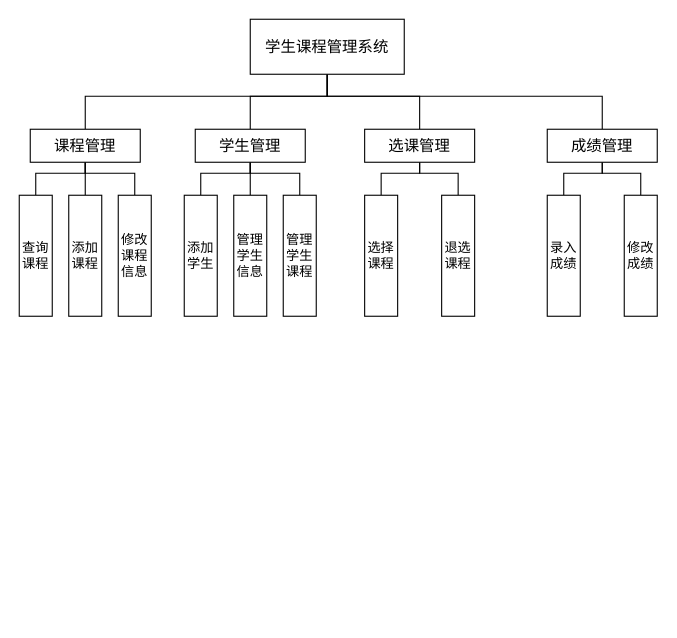
Before: DFD.drawio in Yorick-Ryu/DFD, a draw.io diagram. Source tidied: cells renumbered, new cells numbered last; positions are measured from the earlier drawing's top-left corner, leaving out a move shared by most shapes. Both pictures are drawn from the tidied source at 110%, with x=0, y=0 at pixel (19, 19).
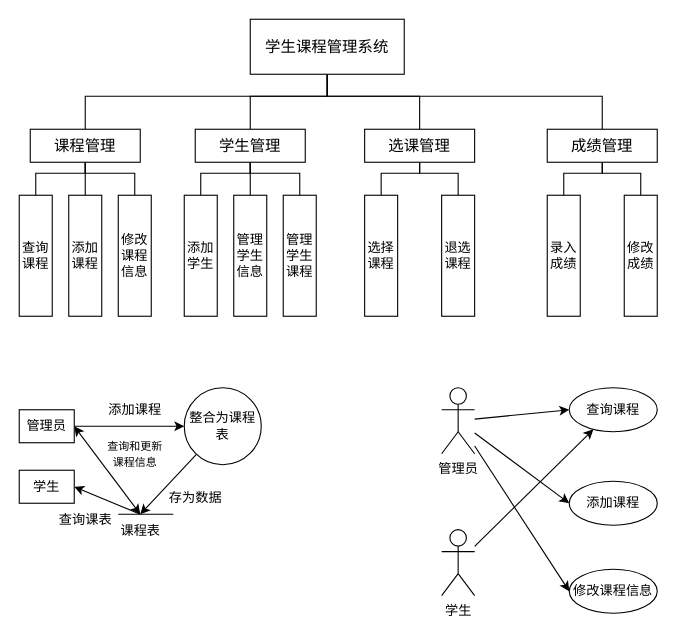
Above is the later version.

Diff of the diagram source:
```diff
@@
+    <mxCell id="31" style="edgeStyle=orthogonalEdgeStyle;rounded=0;jettySize=auto;html=1;entryX=0;entryY=0.5;entryDx=0;entryDy=0;" parent="1" edge="1" source="33" target="35">
+      <mxGeometry relative="1" as="geometry" />
+    </mxCell>
+    <mxCell id="32" style="rounded=0;orthogonalLoop=1;jettySize=auto;html=1;startArrow=classic;startFill=1;" parent="1" edge="1">
+      <mxGeometry relative="1" as="geometry">
+        <mxPoint x="50" y="370" as="sourcePoint" />
+        <mxPoint x="110" y="450" as="targetPoint" />
+      </mxGeometry>
+    </mxCell>
+    <mxCell id="33" value="管理员" style="rounded=0;whiteSpace=wrap;html=1;" parent="1" vertex="1">
+      <mxGeometry y="355" width="50" height="30" as="geometry" />
+    </mxCell>
+    <mxCell id="34" style="rounded=0;jettySize=auto;html=1;" parent="1" edge="1" source="35">
+      <mxGeometry relative="1" as="geometry">
+        <mxPoint x="110" y="450" as="targetPoint" />
+      </mxGeometry>
+    </mxCell>
+    <mxCell id="35" value="整合为课程表" style="ellipse;whiteSpace=wrap;html=1;" parent="1" vertex="1">
+      <mxGeometry x="150" y="335" width="70" height="70" as="geometry" />
+    </mxCell>
+    <mxCell id="36" value="添加课程" style="text;html=1;align=center;verticalAlign=middle;strokeColor=none;fillColor=none;" parent="1" vertex="1">
+      <mxGeometry x="70" y="340" width="70" height="30" as="geometry" />
+    </mxCell>
+    <mxCell id="37" style="endArrow=none;html=1;rounded=0;" parent="1" edge="1">
+      <mxGeometry relative="1" as="geometry">
+        <mxPoint x="90" y="450" as="sourcePoint" />
+        <mxPoint x="140" y="450" as="targetPoint" />
+        <Array as="points">
+          <mxPoint x="110" y="450" />
+        </Array>
+      </mxGeometry>
+    </mxCell>
+    <mxCell id="38" value="课程表" style="text;html=1;align=center;verticalAlign=middle;strokeColor=none;fillColor=none;" parent="1" vertex="1">
+      <mxGeometry x="80" y="450" width="60" height="30" as="geometry" />
+    </mxCell>
+    <mxCell id="39" style="rounded=0;jettySize=auto;html=1;entryX=1;entryY=0.5;entryDx=0;entryDy=0;" parent="1" edge="1" target="40">
+      <mxGeometry relative="1" as="geometry">
+        <mxPoint x="110" y="450" as="sourcePoint" />
+      </mxGeometry>
+    </mxCell>
+    <mxCell id="40" value="学生" style="rounded=0;whiteSpace=wrap;html=1;" parent="1" vertex="1">
+      <mxGeometry y="410" width="50" height="30" as="geometry" />
+    </mxCell>
+    <mxCell id="41" value="查询课表" style="text;html=1;align=center;verticalAlign=middle;strokeColor=none;fillColor=none;" parent="1" vertex="1">
+      <mxGeometry x="25" y="440" width="70" height="30" as="geometry" />
+    </mxCell>
+    <mxCell id="42" value="存为数据" style="text;html=1;align=center;verticalAlign=middle;strokeColor=none;fillColor=none;" parent="1" vertex="1">
+      <mxGeometry x="125" y="420" width="70" height="30" as="geometry" />
+    </mxCell>
+    <mxCell id="43" value="&lt;font style=&quot;font-size: 10px;&quot;&gt;查询和更新&lt;br&gt;课程信息&lt;/font&gt;" style="text;html=1;align=center;verticalAlign=middle;strokeColor=none;fillColor=none;" parent="1" vertex="1">
+      <mxGeometry x="70" y="375" width="70" height="40" as="geometry" />
+    </mxCell>
+    <mxCell id="44" style="rounded=0;jettySize=auto;html=1;entryX=0;entryY=0.5;entryDx=0;entryDy=0;" parent="1" edge="1" source="47" target="48">
+      <mxGeometry relative="1" as="geometry" />
+    </mxCell>
+    <mxCell id="45" style="rounded=0;jettySize=auto;html=1;entryX=0;entryY=0.5;entryDx=0;entryDy=0;" parent="1" edge="1" source="47" target="49">
+      <mxGeometry relative="1" as="geometry" />
+    </mxCell>
+    <mxCell id="46" style="rounded=0;jettySize=auto;html=1;entryX=0;entryY=0.5;entryDx=0;entryDy=0;" parent="1" edge="1" source="47" target="50">
+      <mxGeometry relative="1" as="geometry" />
+    </mxCell>
+    <mxCell id="47" value="管理员" style="shape=umlActor;verticalLabelPosition=bottom;verticalAlign=top;html=1;outlineConnect=0;" parent="1" vertex="1">
+      <mxGeometry x="384" y="335" width="30" height="60" as="geometry" />
+    </mxCell>
+    <mxCell id="48" value="查询课程" style="ellipse;whiteSpace=wrap;html=1;" parent="1" vertex="1">
+      <mxGeometry x="500" y="335" width="80" height="40" as="geometry" />
+    </mxCell>
+    <mxCell id="49" value="添加课程" style="ellipse;whiteSpace=wrap;html=1;" parent="1" vertex="1">
+      <mxGeometry x="500" y="420" width="80" height="40" as="geometry" />
+    </mxCell>
+    <mxCell id="50" value="修改课程信息" style="ellipse;whiteSpace=wrap;html=1;" parent="1" vertex="1">
+      <mxGeometry x="500" y="500" width="80" height="40" as="geometry" />
+    </mxCell>
+    <mxCell id="51" style="rounded=0;jettySize=auto;html=1;" parent="1" edge="1" source="52" target="48">
+      <mxGeometry relative="1" as="geometry" />
+    </mxCell>
+    <mxCell id="52" value="学生" style="shape=umlActor;verticalLabelPosition=bottom;verticalAlign=top;html=1;outlineConnect=0;" parent="1" vertex="1">
+      <mxGeometry x="384" y="464" width="30" height="60" as="geometry" />
+    </mxCell>
```
